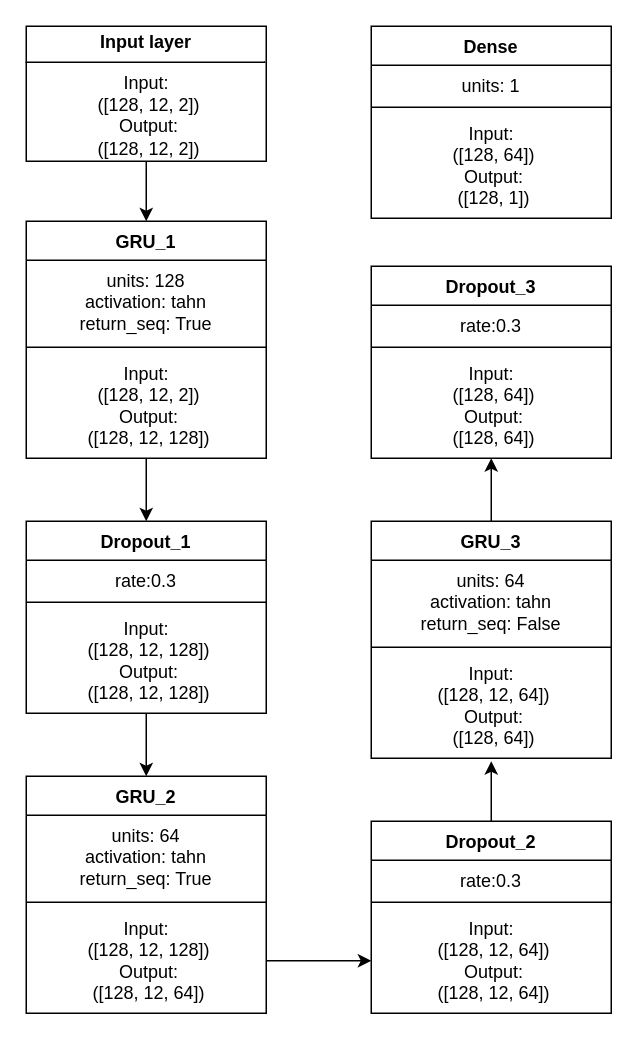
Earlier version of the draw.io diagram Untitled Diagram2.drawio (Dubina-03/Analysis_labs). Source tidied: cells renumbered, new cells numbered last; positions are measured from the earlier drawing's top-left corner, leaving out a move shared by most shapes. Both pictures are drawn from the tidied source at 150%, with x=0, y=0 at pixel (26, 26).
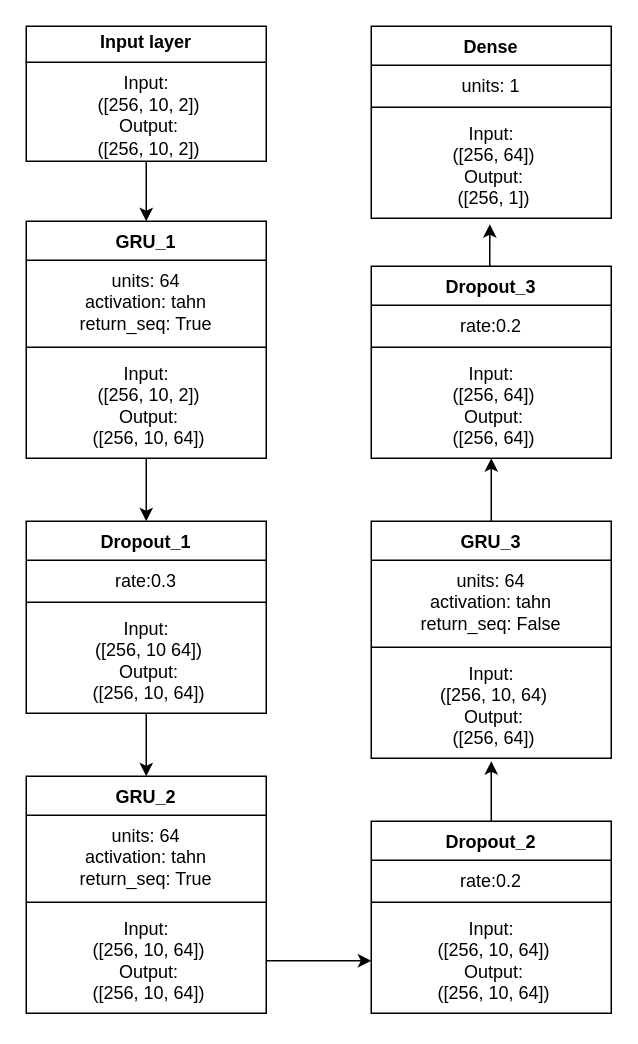
After the change.

The change refers to these unchanged cells:
```xml
<mxCell id="5" value="GRU_1" style="swimlane;fontStyle=1;align=center;verticalAlign=top;horizontal=1;startSize=26;whiteSpace=wrap;html=1;" parent="1" vertex="1">
  <mxGeometry y="130" width="160" height="158" as="geometry" />
</mxCell>
<mxCell id="10" value="Dropout_1" style="swimlane;fontStyle=1;align=center;verticalAlign=top;horizontal=1;startSize=26;whiteSpace=wrap;html=1;" parent="1" vertex="1">
  <mxGeometry y="330" width="160" height="128" as="geometry" />
</mxCell>
<mxCell id="14" value="GRU_2" style="swimlane;fontStyle=1;align=center;verticalAlign=top;horizontal=1;startSize=26;whiteSpace=wrap;html=1;" parent="1" vertex="1">
  <mxGeometry y="500" width="160" height="158" as="geometry" />
</mxCell>
<mxCell id="19" value="Dropout_2" style="swimlane;fontStyle=1;align=center;verticalAlign=top;horizontal=1;startSize=26;whiteSpace=wrap;html=1;" parent="1" vertex="1">
  <mxGeometry x="230" y="530" width="160" height="128" as="geometry" />
</mxCell>
<mxCell id="25" value="GRU_3" style="swimlane;fontStyle=1;align=center;verticalAlign=top;horizontal=1;startSize=26;whiteSpace=wrap;html=1;" parent="1" vertex="1">
  <mxGeometry x="230" y="330" width="160" height="158" as="geometry" />
</mxCell>
<mxCell id="29" value="Dropout_3" style="swimlane;fontStyle=1;align=center;verticalAlign=top;horizontal=1;startSize=26;whiteSpace=wrap;html=1;" parent="1" vertex="1">
  <mxGeometry x="230" y="160" width="160" height="128" as="geometry" />
</mxCell>
<mxCell id="33" value="Dense" style="swimlane;fontStyle=1;align=center;verticalAlign=top;horizontal=1;startSize=26;whiteSpace=wrap;html=1;" parent="1" vertex="1">
  <mxGeometry x="230" width="160" height="128" as="geometry" />
</mxCell>
```

The edit, as a diff of the source:
```diff
@@
-    <mxCell id="3" value="&lt;p style=&quot;margin:0px;margin-top:4px;text-align:center;&quot;&gt;&lt;b&gt;Input layer&lt;/b&gt;&lt;/p&gt;&lt;hr size=&quot;1&quot; style=&quot;border-style:solid;&quot;&gt;&lt;p style=&quot;text-align: center; margin: 0px 0px 0px 4px;&quot;&gt;Input:&amp;nbsp;&lt;/p&gt;&lt;p style=&quot;text-align: center; margin: 0px 0px 0px 4px;&quot;&gt;([128, 12, 2])&lt;/p&gt;&lt;p style=&quot;text-align: center; margin: 0px 0px 0px 4px;&quot;&gt;Output:&lt;/p&gt;&lt;p style=&quot;text-align: center; margin: 0px 0px 0px 4px;&quot;&gt;([128, 12, 2])&lt;br&gt;&lt;/p&gt;" style="verticalAlign=top;align=left;overflow=fill;html=1;whiteSpace=wrap;" parent="1" vertex="1">
+    <mxCell id="3" value="&lt;p style=&quot;margin:0px;margin-top:4px;text-align:center;&quot;&gt;&lt;b&gt;Input layer&lt;/b&gt;&lt;/p&gt;&lt;hr size=&quot;1&quot; style=&quot;border-style:solid;&quot;&gt;&lt;p style=&quot;text-align: center; margin: 0px 0px 0px 4px;&quot;&gt;Input:&amp;nbsp;&lt;/p&gt;&lt;p style=&quot;text-align: center; margin: 0px 0px 0px 4px;&quot;&gt;([256, 10, 2])&lt;/p&gt;&lt;p style=&quot;text-align: center; margin: 0px 0px 0px 4px;&quot;&gt;Output:&lt;/p&gt;&lt;p style=&quot;text-align: center; margin: 0px 0px 0px 4px;&quot;&gt;([256, 10, 2])&lt;br&gt;&lt;/p&gt;" style="verticalAlign=top;align=left;overflow=fill;html=1;whiteSpace=wrap;" parent="1" vertex="1">
       <mxGeometry width="160" height="90" as="geometry" />
     </mxCell>
@@
-    <mxCell id="6" value="units: 128&lt;div&gt;activation: tahn&lt;/div&gt;&lt;div&gt;return_seq: True&lt;/div&gt;" style="text;strokeColor=none;fillColor=none;align=center;verticalAlign=top;spacingLeft=4;spacingRight=4;overflow=hidden;whiteSpace=wrap;html=1;" parent="5" vertex="1">
+    <mxCell id="6" value="units: 64&lt;div&gt;activation: tahn&lt;/div&gt;&lt;div&gt;return_seq: True&lt;/div&gt;" style="text;strokeColor=none;fillColor=none;align=center;verticalAlign=top;spacingLeft=4;spacingRight=4;overflow=hidden;whiteSpace=wrap;html=1;" parent="5" vertex="1">
       <mxGeometry y="26" width="160" height="54" as="geometry" />
     </mxCell>
@@
-    <mxCell id="8" value="&lt;p style=&quot;margin: 0px 0px 0px 4px;&quot;&gt;Input:&amp;nbsp;&lt;/p&gt;&lt;p style=&quot;margin: 0px 0px 0px 4px;&quot;&gt;([128, 12, 2])&lt;/p&gt;&lt;p style=&quot;margin: 0px 0px 0px 4px;&quot;&gt;Output:&lt;/p&gt;&lt;p style=&quot;margin: 0px 0px 0px 4px;&quot;&gt;([128, 12, 128])&lt;/p&gt;" style="text;strokeColor=none;fillColor=none;align=center;verticalAlign=top;spacingLeft=4;spacingRight=4;overflow=hidden;whiteSpace=wrap;html=1;" parent="5" vertex="1">
+    <mxCell id="8" value="&lt;p style=&quot;margin: 0px 0px 0px 4px;&quot;&gt;Input:&amp;nbsp;&lt;/p&gt;&lt;p style=&quot;margin: 0px 0px 0px 4px;&quot;&gt;([256, 10, 2])&lt;/p&gt;&lt;p style=&quot;margin: 0px 0px 0px 4px;&quot;&gt;Output:&lt;/p&gt;&lt;p style=&quot;margin: 0px 0px 0px 4px;&quot;&gt;([256, 10, 64])&lt;/p&gt;" style="text;strokeColor=none;fillColor=none;align=center;verticalAlign=top;spacingLeft=4;spacingRight=4;overflow=hidden;whiteSpace=wrap;html=1;" parent="5" vertex="1">
       <mxGeometry y="88" width="160" height="70" as="geometry" />
     </mxCell>
@@
-    <mxCell id="13" value="&lt;p style=&quot;margin: 0px 0px 0px 4px;&quot;&gt;Input:&amp;nbsp;&lt;/p&gt;&lt;p style=&quot;margin: 0px 0px 0px 4px;&quot;&gt;([128, 12, 128])&lt;/p&gt;&lt;p style=&quot;margin: 0px 0px 0px 4px;&quot;&gt;Output:&lt;/p&gt;&lt;p style=&quot;margin: 0px 0px 0px 4px;&quot;&gt;([128, 12, 128])&lt;/p&gt;" style="text;strokeColor=none;fillColor=none;align=center;verticalAlign=top;spacingLeft=4;spacingRight=4;overflow=hidden;whiteSpace=wrap;html=1;" parent="10" vertex="1">
+    <mxCell id="13" value="&lt;p style=&quot;margin: 0px 0px 0px 4px;&quot;&gt;Input:&amp;nbsp;&lt;/p&gt;&lt;p style=&quot;margin: 0px 0px 0px 4px;&quot;&gt;([256, 10 64])&lt;/p&gt;&lt;p style=&quot;margin: 0px 0px 0px 4px;&quot;&gt;Output:&lt;/p&gt;&lt;p style=&quot;margin: 0px 0px 0px 4px;&quot;&gt;([256, 10, 64])&lt;/p&gt;" style="text;strokeColor=none;fillColor=none;align=center;verticalAlign=top;spacingLeft=4;spacingRight=4;overflow=hidden;whiteSpace=wrap;html=1;" parent="10" vertex="1">
       <mxGeometry y="58" width="160" height="70" as="geometry" />
     </mxCell>
@@
-    <mxCell id="17" value="&lt;p style=&quot;margin: 0px 0px 0px 4px;&quot;&gt;Input:&amp;nbsp;&lt;/p&gt;&lt;p style=&quot;margin: 0px 0px 0px 4px;&quot;&gt;([128, 12, 128])&lt;/p&gt;&lt;p style=&quot;margin: 0px 0px 0px 4px;&quot;&gt;Output:&lt;/p&gt;&lt;p style=&quot;margin: 0px 0px 0px 4px;&quot;&gt;([128, 12, 64])&lt;/p&gt;" style="text;strokeColor=none;fillColor=none;align=center;verticalAlign=top;spacingLeft=4;spacingRight=4;overflow=hidden;points=[[0,0.5],[1,0.5]];portConstraint=eastwest;whiteSpace=wrap;html=1;" parent="14" vertex="1">
+    <mxCell id="17" value="&lt;p style=&quot;margin: 0px 0px 0px 4px;&quot;&gt;Input:&amp;nbsp;&lt;/p&gt;&lt;p style=&quot;margin: 0px 0px 0px 4px;&quot;&gt;([256, 10, 64])&lt;/p&gt;&lt;p style=&quot;margin: 0px 0px 0px 4px;&quot;&gt;Output:&lt;/p&gt;&lt;p style=&quot;margin: 0px 0px 0px 4px;&quot;&gt;([256, 10, 64])&lt;/p&gt;" style="text;strokeColor=none;fillColor=none;align=center;verticalAlign=top;spacingLeft=4;spacingRight=4;overflow=hidden;points=[[0,0.5],[1,0.5]];portConstraint=eastwest;whiteSpace=wrap;html=1;" parent="14" vertex="1">
       <mxGeometry y="88" width="160" height="70" as="geometry" />
     </mxCell>
@@
-    <mxCell id="20" value="rate:0.3" style="text;strokeColor=none;fillColor=none;align=center;verticalAlign=top;spacingLeft=4;spacingRight=4;overflow=hidden;whiteSpace=wrap;html=1;" parent="19" vertex="1">
+    <mxCell id="20" value="rate:0.2" style="text;strokeColor=none;fillColor=none;align=center;verticalAlign=top;spacingLeft=4;spacingRight=4;overflow=hidden;whiteSpace=wrap;html=1;" parent="19" vertex="1">
       <mxGeometry y="26" width="160" height="24" as="geometry" />
     </mxCell>
@@
-    <mxCell id="22" value="&lt;p style=&quot;margin: 0px 0px 0px 4px;&quot;&gt;Input:&amp;nbsp;&lt;/p&gt;&lt;p style=&quot;margin: 0px 0px 0px 4px;&quot;&gt;([128, 12, 64])&lt;/p&gt;&lt;p style=&quot;margin: 0px 0px 0px 4px;&quot;&gt;Output:&lt;/p&gt;&lt;p style=&quot;margin: 0px 0px 0px 4px;&quot;&gt;([128, 12, 64])&lt;/p&gt;" style="text;strokeColor=none;fillColor=none;align=center;verticalAlign=top;spacingLeft=4;spacingRight=4;overflow=hidden;points=[[0,0.5],[1,0.5]];portConstraint=eastwest;whiteSpace=wrap;html=1;" parent="19" vertex="1">
+    <mxCell id="22" value="&lt;p style=&quot;margin: 0px 0px 0px 4px;&quot;&gt;Input:&amp;nbsp;&lt;/p&gt;&lt;p style=&quot;margin: 0px 0px 0px 4px;&quot;&gt;([256, 10, 64])&lt;/p&gt;&lt;p style=&quot;margin: 0px 0px 0px 4px;&quot;&gt;Output:&lt;/p&gt;&lt;p style=&quot;margin: 0px 0px 0px 4px;&quot;&gt;([256, 10, 64])&lt;/p&gt;" style="text;strokeColor=none;fillColor=none;align=center;verticalAlign=top;spacingLeft=4;spacingRight=4;overflow=hidden;points=[[0,0.5],[1,0.5]];portConstraint=eastwest;whiteSpace=wrap;html=1;" parent="19" vertex="1">
       <mxGeometry y="58" width="160" height="70" as="geometry" />
     </mxCell>
@@
-    <mxCell id="28" value="&lt;p style=&quot;margin: 0px 0px 0px 4px;&quot;&gt;Input:&amp;nbsp;&lt;/p&gt;&lt;p style=&quot;margin: 0px 0px 0px 4px;&quot;&gt;([128, 12, 64])&lt;/p&gt;&lt;p style=&quot;margin: 0px 0px 0px 4px;&quot;&gt;Output:&lt;/p&gt;&lt;p style=&quot;margin: 0px 0px 0px 4px;&quot;&gt;([128, 64])&lt;/p&gt;" style="text;strokeColor=none;fillColor=none;align=center;verticalAlign=top;spacingLeft=4;spacingRight=4;overflow=hidden;whiteSpace=wrap;html=1;" parent="25" vertex="1">
+    <mxCell id="28" value="&lt;p style=&quot;margin: 0px 0px 0px 4px;&quot;&gt;Input:&amp;nbsp;&lt;/p&gt;&lt;p style=&quot;margin: 0px 0px 0px 4px;&quot;&gt;([256, 10, 64)&lt;/p&gt;&lt;p style=&quot;margin: 0px 0px 0px 4px;&quot;&gt;Output:&lt;/p&gt;&lt;p style=&quot;margin: 0px 0px 0px 4px;&quot;&gt;([256, 64])&lt;/p&gt;" style="text;strokeColor=none;fillColor=none;align=center;verticalAlign=top;spacingLeft=4;spacingRight=4;overflow=hidden;whiteSpace=wrap;html=1;" parent="25" vertex="1">
       <mxGeometry y="88" width="160" height="70" as="geometry" />
     </mxCell>
@@
-    <mxCell id="30" value="rate:0.3" style="text;strokeColor=none;fillColor=none;align=center;verticalAlign=top;spacingLeft=4;spacingRight=4;overflow=hidden;whiteSpace=wrap;html=1;" parent="29" vertex="1">
+    <mxCell id="30" value="rate:0.2" style="text;strokeColor=none;fillColor=none;align=center;verticalAlign=top;spacingLeft=4;spacingRight=4;overflow=hidden;whiteSpace=wrap;html=1;" parent="29" vertex="1">
       <mxGeometry y="26" width="160" height="24" as="geometry" />
     </mxCell>
@@
-    <mxCell id="32" value="&lt;p style=&quot;margin: 0px 0px 0px 4px;&quot;&gt;Input:&amp;nbsp;&lt;/p&gt;&lt;p style=&quot;margin: 0px 0px 0px 4px;&quot;&gt;([128, 64])&lt;/p&gt;&lt;p style=&quot;margin: 0px 0px 0px 4px;&quot;&gt;Output:&lt;/p&gt;&lt;p style=&quot;margin: 0px 0px 0px 4px;&quot;&gt;([128, 64])&lt;/p&gt;" style="text;strokeColor=none;fillColor=none;align=center;verticalAlign=top;spacingLeft=4;spacingRight=4;overflow=hidden;points=[[0,0.5],[1,0.5]];portConstraint=eastwest;whiteSpace=wrap;html=1;" parent="29" vertex="1">
+    <mxCell id="32" value="&lt;p style=&quot;margin: 0px 0px 0px 4px;&quot;&gt;Input:&amp;nbsp;&lt;/p&gt;&lt;p style=&quot;margin: 0px 0px 0px 4px;&quot;&gt;([256, 64])&lt;/p&gt;&lt;p style=&quot;margin: 0px 0px 0px 4px;&quot;&gt;Output:&lt;/p&gt;&lt;p style=&quot;margin: 0px 0px 0px 4px;&quot;&gt;([256, 64])&lt;/p&gt;" style="text;strokeColor=none;fillColor=none;align=center;verticalAlign=top;spacingLeft=4;spacingRight=4;overflow=hidden;points=[[0,0.5],[1,0.5]];portConstraint=eastwest;whiteSpace=wrap;html=1;" parent="29" vertex="1">
       <mxGeometry y="58" width="160" height="70" as="geometry" />
     </mxCell>
@@
-    <mxCell id="36" value="&lt;p style=&quot;margin: 0px 0px 0px 4px;&quot;&gt;Input:&amp;nbsp;&lt;/p&gt;&lt;p style=&quot;margin: 0px 0px 0px 4px;&quot;&gt;([128, 64])&lt;/p&gt;&lt;p style=&quot;margin: 0px 0px 0px 4px;&quot;&gt;Output:&lt;/p&gt;&lt;p style=&quot;margin: 0px 0px 0px 4px;&quot;&gt;([128, 1])&lt;/p&gt;" style="text;strokeColor=none;fillColor=none;align=center;verticalAlign=top;spacingLeft=4;spacingRight=4;overflow=hidden;points=[[0,0.5],[1,0.5]];portConstraint=eastwest;whiteSpace=wrap;html=1;" parent="33" vertex="1">
+    <mxCell id="36" value="&lt;p style=&quot;margin: 0px 0px 0px 4px;&quot;&gt;Input:&amp;nbsp;&lt;/p&gt;&lt;p style=&quot;margin: 0px 0px 0px 4px;&quot;&gt;([256, 64])&lt;/p&gt;&lt;p style=&quot;margin: 0px 0px 0px 4px;&quot;&gt;Output:&lt;/p&gt;&lt;p style=&quot;margin: 0px 0px 0px 4px;&quot;&gt;([256, 1])&lt;/p&gt;" style="text;strokeColor=none;fillColor=none;align=center;verticalAlign=top;spacingLeft=4;spacingRight=4;overflow=hidden;points=[[0,0.5],[1,0.5]];portConstraint=eastwest;whiteSpace=wrap;html=1;" parent="33" vertex="1">
       <mxGeometry y="58" width="160" height="70" as="geometry" />
     </mxCell>
+    <mxCell id="37" style="edgeStyle=orthogonalEdgeStyle;rounded=0;jettySize=auto;html=1;exitX=0.5;exitY=0;exitDx=0;exitDy=0;entryX=0.494;entryY=1.057;entryDx=0;entryDy=0;entryPerimeter=0;" parent="1" edge="1" source="29" target="36">
+      <mxGeometry relative="1" as="geometry" />
+    </mxCell>
```
